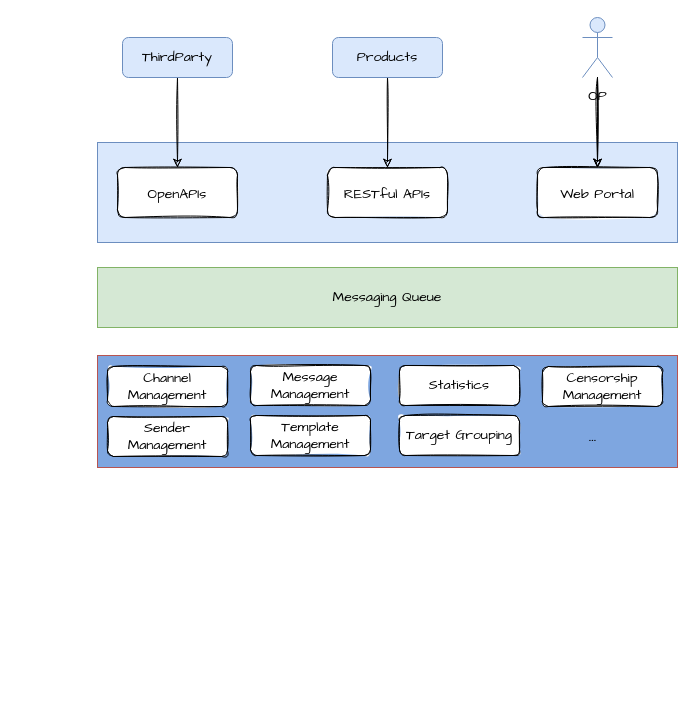
The draw.io diagram MSP.drawio in yindongjun/gangzhang.github.io, before the edit. Source tidied: cells renumbered, new cells numbered last; positions are measured from the earlier drawing's top-left corner, leaving out a move shared by most shapes. Both pictures are drawn from the tidied source at 100%, with x=0, y=0 at pixel (97, 17).
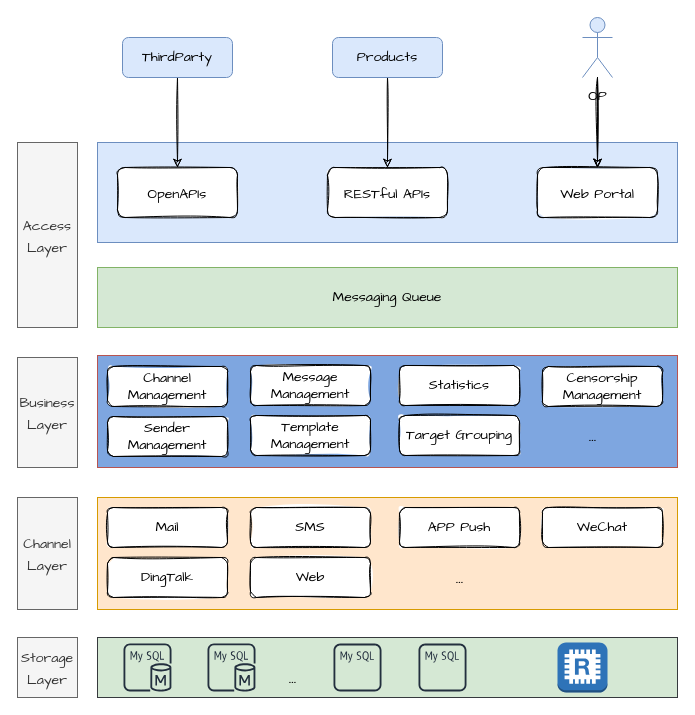
The same page after the edit.

What changed in the source:
```diff
@@
+    <mxCell id="23" style="rounded=0;whiteSpace=wrap;html=1;sketch=0;fontFamily=Comic Sans MS;fontSize=14;fillColor=#D5E8D4;strokeColor=#36393d;" parent="1" vertex="1">
+      <mxGeometry y="620" width="580" height="60" as="geometry" />
+    </mxCell>
@@
+    <mxCell id="24" style="rounded=0;whiteSpace=wrap;html=1;sketch=0;fontFamily=Comic Sans MS;fontSize=14;fillColor=#ffe6cc;strokeColor=#d79b00;" parent="1" vertex="1">
+      <mxGeometry y="480" width="580" height="112" as="geometry" />
+    </mxCell>
+    <mxCell id="25" value="Mail" style="rounded=1;whiteSpace=wrap;html=1;sketch=1;fontFamily=Comic Sans MS;fontSize=14;fillColor=default;" parent="1" vertex="1">
+      <mxGeometry x="10" y="490" width="120" height="40" as="geometry" />
+    </mxCell>
+    <mxCell id="26" value="SMS" style="rounded=1;whiteSpace=wrap;html=1;sketch=1;fontFamily=Comic Sans MS;fontSize=14;fillColor=default;" parent="1" vertex="1">
+      <mxGeometry x="153" y="490" width="120" height="40" as="geometry" />
+    </mxCell>
+    <mxCell id="27" value="APP Push" style="rounded=1;whiteSpace=wrap;html=1;sketch=1;fontFamily=Comic Sans MS;fontSize=14;fillColor=default;" parent="1" vertex="1">
+      <mxGeometry x="302" y="490" width="120" height="40" as="geometry" />
+    </mxCell>
+    <mxCell id="28" value="WeChat" style="rounded=1;whiteSpace=wrap;html=1;sketch=1;fontFamily=Comic Sans MS;fontSize=14;fillColor=default;" parent="1" vertex="1">
+      <mxGeometry x="445" y="490" width="120" height="40" as="geometry" />
+    </mxCell>
+    <mxCell id="29" value="DingTalk" style="rounded=1;whiteSpace=wrap;html=1;sketch=1;fontFamily=Comic Sans MS;fontSize=14;fillColor=default;" parent="1" vertex="1">
+      <mxGeometry x="10" y="540" width="120" height="40" as="geometry" />
+    </mxCell>
+    <mxCell id="30" value="Web" style="rounded=1;whiteSpace=wrap;html=1;sketch=1;fontFamily=Comic Sans MS;fontSize=14;fillColor=default;" parent="1" vertex="1">
+      <mxGeometry x="153" y="540" width="120" height="40" as="geometry" />
+    </mxCell>
+    <mxCell id="31" value="&lt;font style=&quot;font-size: 18px;&quot;&gt;...&lt;/font&gt;" style="text;html=1;align=center;verticalAlign=middle;strokeColor=none;fillColor=none;fontSize=14;fontFamily=Comic Sans MS;" parent="1" vertex="1">
+      <mxGeometry x="347" y="550" width="30" height="20" as="geometry" />
+    </mxCell>
+    <mxCell id="32" style="sketch=0;fontColor=#232F3E;gradientColor=none;strokeColor=#232F3E;fillColor=none;dashed=0;verticalLabelPosition=bottom;verticalAlign=top;align=center;html=1;fontSize=12;fontStyle=0;shape=mxgraph.aws4.resourceIcon;resIcon=mxgraph.aws4.mysql_db_instance;rounded=0;fontFamily=Comic Sans MS;" parent="1" vertex="1">
+      <mxGeometry x="20" y="620" width="60" height="60" as="geometry" />
+    </mxCell>
+    <mxCell id="33" style="sketch=0;fontColor=#232F3E;gradientColor=none;strokeColor=#232F3E;fillColor=none;dashed=0;verticalLabelPosition=bottom;verticalAlign=top;align=center;html=1;fontSize=12;fontStyle=0;shape=mxgraph.aws4.resourceIcon;resIcon=mxgraph.aws4.mysql_db_instance;rounded=0;fontFamily=Comic Sans MS;" parent="1" vertex="1">
+      <mxGeometry x="104" y="620" width="60" height="60" as="geometry" />
+    </mxCell>
+    <mxCell id="34" style="sketch=0;fontColor=#232F3E;gradientColor=none;strokeColor=#232F3E;fillColor=none;dashed=0;verticalLabelPosition=bottom;verticalAlign=top;align=center;html=1;fontSize=12;fontStyle=0;shape=mxgraph.aws4.resourceIcon;resIcon=mxgraph.aws4.mysql_db_instance_alternate;rounded=0;fontFamily=Comic Sans MS;" parent="1" vertex="1">
+      <mxGeometry x="230" y="620" width="60" height="60" as="geometry" />
+    </mxCell>
+    <mxCell id="35" style="sketch=0;fontColor=#232F3E;gradientColor=none;strokeColor=#232F3E;fillColor=none;dashed=0;verticalLabelPosition=bottom;verticalAlign=top;align=center;html=1;fontSize=12;fontStyle=0;shape=mxgraph.aws4.resourceIcon;resIcon=mxgraph.aws4.mysql_db_instance_alternate;rounded=0;fontFamily=Comic Sans MS;" parent="1" vertex="1">
+      <mxGeometry x="315" y="620" width="60" height="60" as="geometry" />
+    </mxCell>
+    <mxCell id="36" value="&lt;font style=&quot;font-size: 18px;&quot;&gt;...&lt;/font&gt;" style="text;html=1;align=center;verticalAlign=middle;strokeColor=none;fillColor=none;fontSize=14;fontFamily=Comic Sans MS;" parent="1" vertex="1">
+      <mxGeometry x="180" y="650" width="30" height="20" as="geometry" />
+    </mxCell>
+    <mxCell id="37" value="&lt;font style=&quot;font-size: 14px;&quot;&gt;Access&lt;br&gt;Layer&lt;/font&gt;" style="rounded=0;whiteSpace=wrap;html=1;sketch=0;fontFamily=Comic Sans MS;fontSize=18;fillColor=#f5f5f5;strokeColor=#666666;fontColor=#333333;" parent="1" vertex="1">
+      <mxGeometry x="-80" y="125" width="60" height="185" as="geometry" />
+    </mxCell>
+    <mxCell id="38" value="&lt;font style=&quot;font-size: 14px;&quot;&gt;Business&lt;br&gt;Layer&lt;/font&gt;" style="rounded=0;whiteSpace=wrap;html=1;sketch=0;fontFamily=Comic Sans MS;fontSize=18;fillColor=#f5f5f5;strokeColor=#666666;fontColor=#333333;" parent="1" vertex="1">
+      <mxGeometry x="-80" y="340" width="60" height="110" as="geometry" />
+    </mxCell>
+    <mxCell id="39" value="&lt;font style=&quot;font-size: 14px;&quot;&gt;Channel&lt;br&gt;Layer&lt;/font&gt;" style="rounded=0;whiteSpace=wrap;html=1;sketch=0;fontFamily=Comic Sans MS;fontSize=18;fillColor=#f5f5f5;strokeColor=#666666;fontColor=#333333;" parent="1" vertex="1">
+      <mxGeometry x="-80" y="480" width="60" height="112" as="geometry" />
+    </mxCell>
+    <mxCell id="40" value="&lt;font style=&quot;font-size: 14px;&quot;&gt;Storage&lt;br&gt;Layer&lt;/font&gt;" style="rounded=0;whiteSpace=wrap;html=1;sketch=0;fontFamily=Comic Sans MS;fontSize=18;fillColor=#f5f5f5;strokeColor=#666666;fontColor=#333333;" parent="1" vertex="1">
+      <mxGeometry x="-80" y="620" width="60" height="60" as="geometry" />
+    </mxCell>
+    <mxCell id="41" style="dashed=0;verticalLabelPosition=bottom;verticalAlign=top;align=center;html=1;shape=mxgraph.aws3.redis;fillColor=#2E73B8;gradientColor=none;rounded=0;labelBackgroundColor=none;sketch=0;fontFamily=Comic Sans MS;fontSize=14;fontColor=none;strokeColor=#67AB9F;" parent="1" vertex="1">
+      <mxGeometry x="460" y="625" width="50" height="50" as="geometry" />
+    </mxCell>
```
